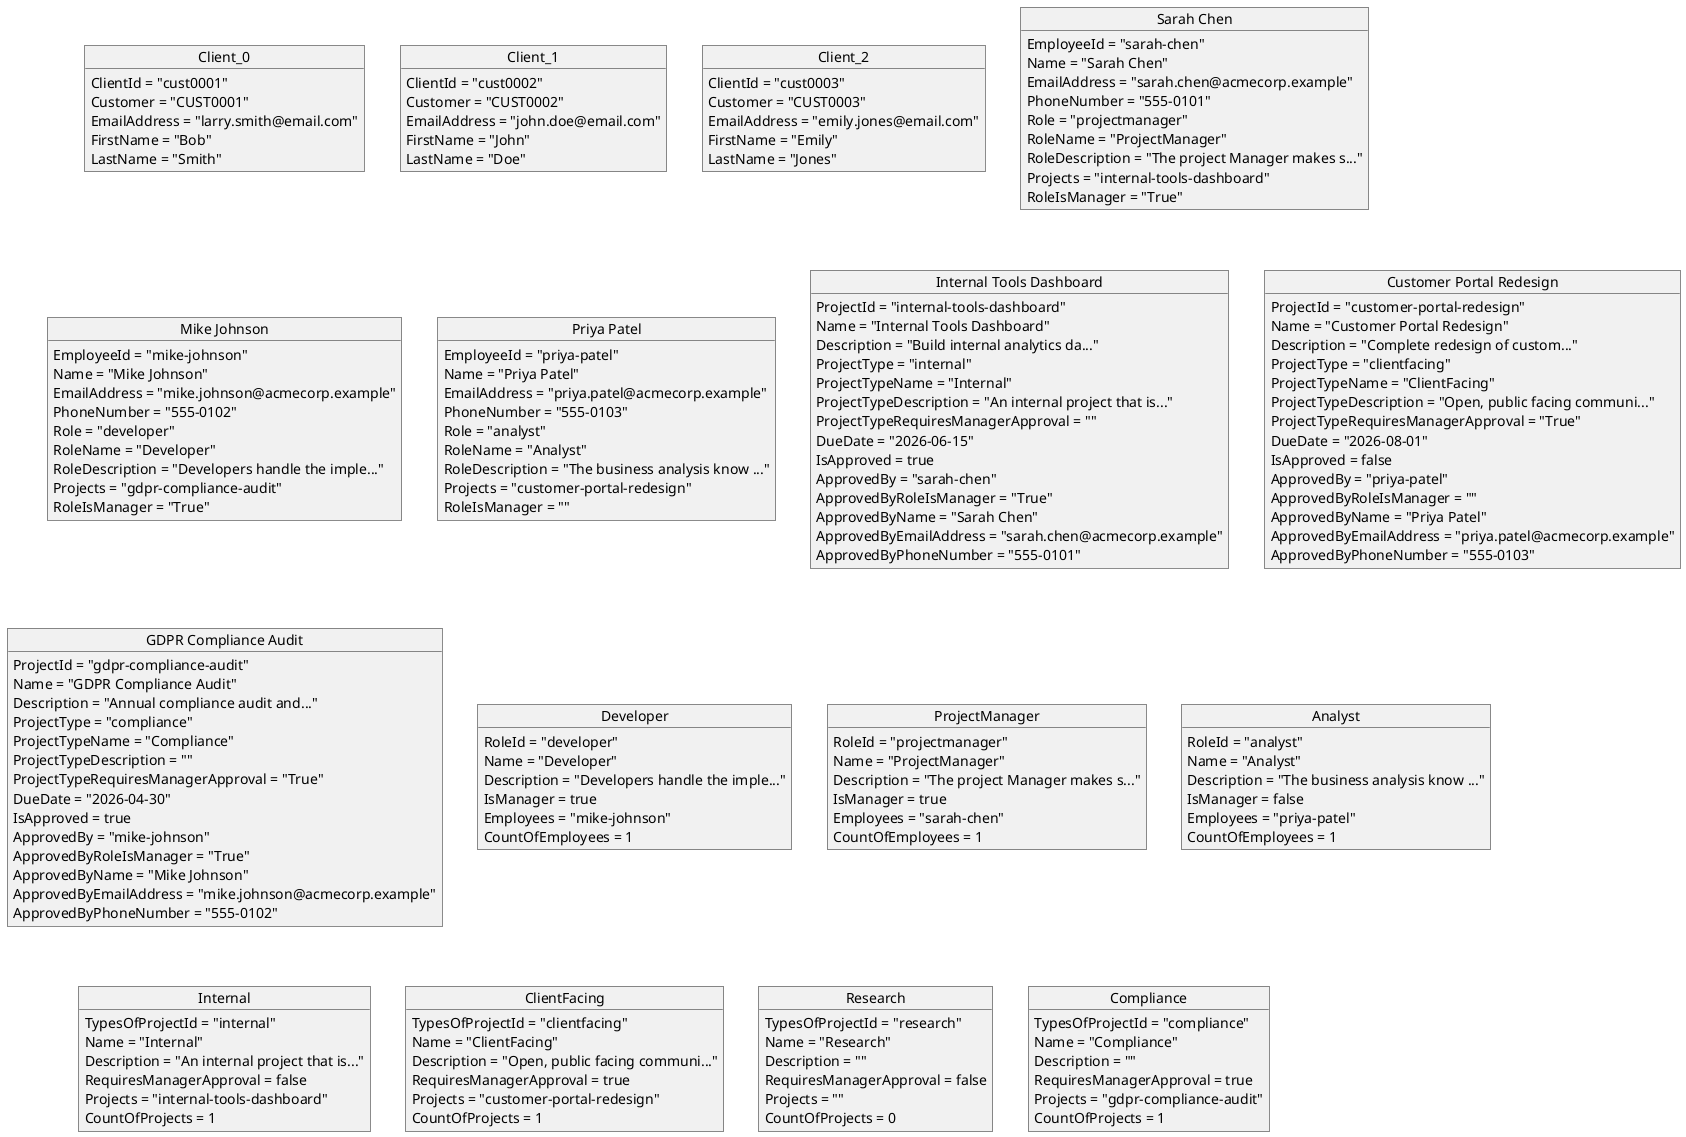
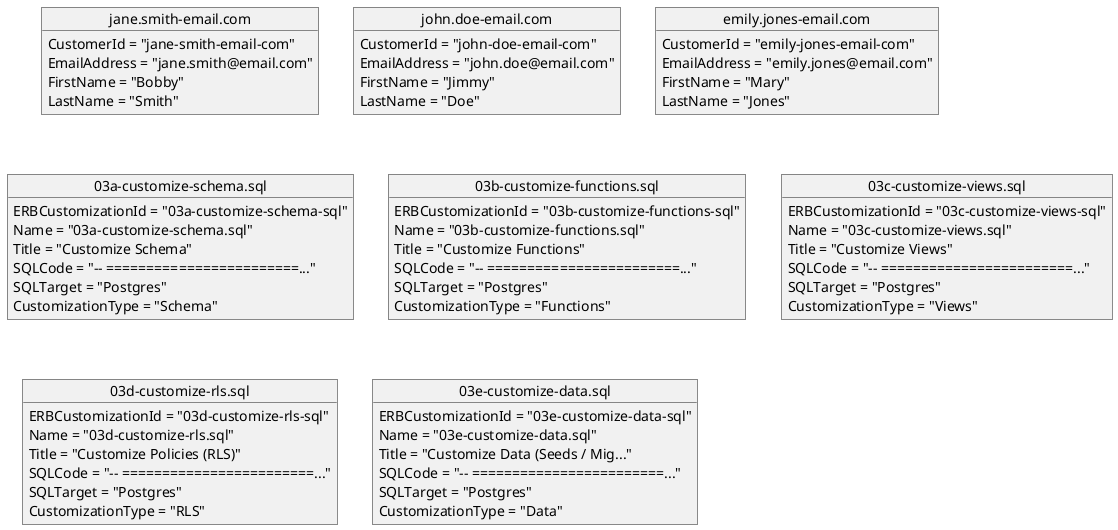
@startuml

- object "Client_0" as Client_0 {
-   ClientId = "cust0001"
-   Customer = "CUST0001"
-   EmailAddress = "larry.smith@email.com"
-   FirstName = "Bob"
+ object "jane.smith-email.com" as Customers_0 {
+   CustomerId = "jane-smith-email-com"
+   EmailAddress = "jane.smith@email.com"
+   FirstName = "Bobby"
  LastName = "Smith"
}

- object "Client_1" as Client_1 {
-   ClientId = "cust0002"
-   Customer = "CUST0002"
+ object "john.doe-email.com" as Customers_1 {
+   CustomerId = "john-doe-email-com"
  EmailAddress = "john.doe@email.com"
-   FirstName = "John"
+   FirstName = "Jimmy"
  LastName = "Doe"
}

- object "Client_2" as Client_2 {
-   ClientId = "cust0003"
-   Customer = "CUST0003"
+ object "emily.jones-email.com" as Customers_2 {
+   CustomerId = "emily-jones-email-com"
  EmailAddress = "emily.jones@email.com"
-   FirstName = "Emily"
+   FirstName = "Mary"
  LastName = "Jones"
}

- object "Sarah Chen" as Employees_0 {
-   EmployeeId = "sarah-chen"
-   Name = "Sarah Chen"
-   EmailAddress = "sarah.chen@acmecorp.example"
-   PhoneNumber = "555-0101"
-   Role = "projectmanager"
-   RoleName = "ProjectManager"
-   RoleDescription = "The project Manager makes s..."
-   Projects = "internal-tools-dashboard"
-   RoleIsManager = "True"
+ object "03a-customize-schema.sql" as ERBCustomizations_0 {
+   ERBCustomizationId = "03a-customize-schema-sql"
+   Name = "03a-customize-schema.sql"
+   Title = "Customize Schema"
+   SQLCode = "-- ========================..."
+   SQLTarget = "Postgres"
+   CustomizationType = "Schema"
}

- object "Mike Johnson" as Employees_1 {
-   EmployeeId = "mike-johnson"
-   Name = "Mike Johnson"
-   EmailAddress = "mike.johnson@acmecorp.example"
-   PhoneNumber = "555-0102"
-   Role = "developer"
-   RoleName = "Developer"
-   RoleDescription = "Developers handle the imple..."
-   Projects = "gdpr-compliance-audit"
-   RoleIsManager = "True"
+ object "03b-customize-functions.sql" as ERBCustomizations_1 {
+   ERBCustomizationId = "03b-customize-functions-sql"
+   Name = "03b-customize-functions.sql"
+   Title = "Customize Functions"
+   SQLCode = "-- ========================..."
+   SQLTarget = "Postgres"
+   CustomizationType = "Functions"
}

- object "Priya Patel" as Employees_2 {
-   EmployeeId = "priya-patel"
-   Name = "Priya Patel"
-   EmailAddress = "priya.patel@acmecorp.example"
-   PhoneNumber = "555-0103"
-   Role = "analyst"
-   RoleName = "Analyst"
-   RoleDescription = "The business analysis know ..."
-   Projects = "customer-portal-redesign"
-   RoleIsManager = ""
+ object "03c-customize-views.sql" as ERBCustomizations_2 {
+   ERBCustomizationId = "03c-customize-views-sql"
+   Name = "03c-customize-views.sql"
+   Title = "Customize Views"
+   SQLCode = "-- ========================..."
+   SQLTarget = "Postgres"
+   CustomizationType = "Views"
}

- object "Internal Tools Dashboard" as Projects_0 {
-   ProjectId = "internal-tools-dashboard"
-   Name = "Internal Tools Dashboard"
-   Description = "Build internal analytics da..."
-   ProjectType = "internal"
-   ProjectTypeName = "Internal"
-   ProjectTypeDescription = "An internal project that is..."
-   ProjectTypeRequiresManagerApproval = ""
-   DueDate = "2026-06-15"
-   IsApproved = true
-   ApprovedBy = "sarah-chen"
-   ApprovedByRoleIsManager = "True"
-   ApprovedByName = "Sarah Chen"
-   ApprovedByEmailAddress = "sarah.chen@acmecorp.example"
-   ApprovedByPhoneNumber = "555-0101"
+ object "03d-customize-rls.sql" as ERBCustomizations_3 {
+   ERBCustomizationId = "03d-customize-rls-sql"
+   Name = "03d-customize-rls.sql"
+   Title = "Customize Policies (RLS)"
+   SQLCode = "-- ========================..."
+   SQLTarget = "Postgres"
+   CustomizationType = "RLS"
}

- object "Customer Portal Redesign" as Projects_1 {
-   ProjectId = "customer-portal-redesign"
-   Name = "Customer Portal Redesign"
-   Description = "Complete redesign of custom..."
-   ProjectType = "clientfacing"
-   ProjectTypeName = "ClientFacing"
-   ProjectTypeDescription = "Open, public facing communi..."
-   ProjectTypeRequiresManagerApproval = "True"
-   DueDate = "2026-08-01"
-   IsApproved = false
-   ApprovedBy = "priya-patel"
-   ApprovedByRoleIsManager = ""
-   ApprovedByName = "Priya Patel"
-   ApprovedByEmailAddress = "priya.patel@acmecorp.example"
-   ApprovedByPhoneNumber = "555-0103"
- }
- 
- object "GDPR Compliance Audit" as Projects_2 {
-   ProjectId = "gdpr-compliance-audit"
-   Name = "GDPR Compliance Audit"
-   Description = "Annual compliance audit and..."
-   ProjectType = "compliance"
-   ProjectTypeName = "Compliance"
-   ProjectTypeDescription = ""
-   ProjectTypeRequiresManagerApproval = "True"
-   DueDate = "2026-04-30"
-   IsApproved = true
-   ApprovedBy = "mike-johnson"
-   ApprovedByRoleIsManager = "True"
-   ApprovedByName = "Mike Johnson"
-   ApprovedByEmailAddress = "mike.johnson@acmecorp.example"
-   ApprovedByPhoneNumber = "555-0102"
- }
- 
- object "Developer" as Roles_0 {
-   RoleId = "developer"
-   Name = "Developer"
-   Description = "Developers handle the imple..."
-   IsManager = true
-   Employees = "mike-johnson"
-   CountOfEmployees = 1
- }
- 
- object "ProjectManager" as Roles_1 {
-   RoleId = "projectmanager"
-   Name = "ProjectManager"
-   Description = "The project Manager makes s..."
-   IsManager = true
-   Employees = "sarah-chen"
-   CountOfEmployees = 1
- }
- 
- object "Analyst" as Roles_2 {
-   RoleId = "analyst"
-   Name = "Analyst"
-   Description = "The business analysis know ..."
-   IsManager = false
-   Employees = "priya-patel"
-   CountOfEmployees = 1
- }
- 
- object "Internal" as TypesOfProject_0 {
-   TypesOfProjectId = "internal"
-   Name = "Internal"
-   Description = "An internal project that is..."
-   RequiresManagerApproval = false
-   Projects = "internal-tools-dashboard"
-   CountOfProjects = 1
- }
- 
- object "ClientFacing" as TypesOfProject_1 {
-   TypesOfProjectId = "clientfacing"
-   Name = "ClientFacing"
-   Description = "Open, public facing communi..."
-   RequiresManagerApproval = true
-   Projects = "customer-portal-redesign"
-   CountOfProjects = 1
- }
- 
- object "Research" as TypesOfProject_2 {
-   TypesOfProjectId = "research"
-   Name = "Research"
-   Description = ""
-   RequiresManagerApproval = false
-   Projects = ""
-   CountOfProjects = 0
- }
- 
- object "Compliance" as TypesOfProject_3 {
-   TypesOfProjectId = "compliance"
-   Name = "Compliance"
-   Description = ""
-   RequiresManagerApproval = true
-   Projects = "gdpr-compliance-audit"
-   CountOfProjects = 1
+ object "03e-customize-data.sql" as ERBCustomizations_4 {
+   ERBCustomizationId = "03e-customize-data-sql"
+   Name = "03e-customize-data.sql"
+   Title = "Customize Data (Seeds / Mig..."
+   SQLCode = "-- ========================..."
+   SQLTarget = "Postgres"
+   CustomizationType = "Data"
}

@enduml